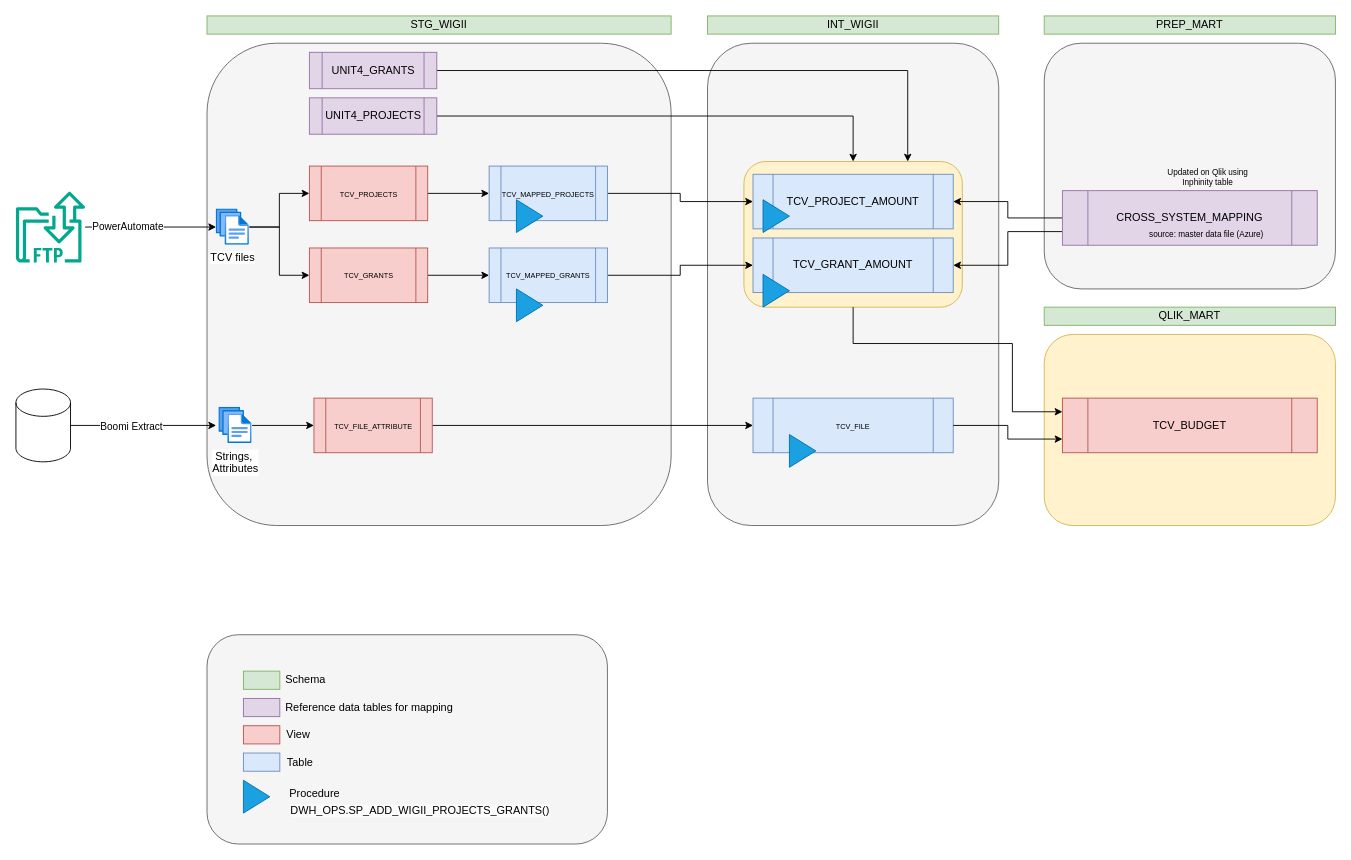
Earlier version of the draw.io diagram Wigii TCVs data flow.drawio (Medair/drawio). Source tidied: cells renumbered, new cells numbered last; positions are measured from the earlier drawing's top-left corner, leaving out a move shared by most shapes. Both pictures are drawn from the tidied source at 91%, with x=0, y=0 at pixel (15, 15).
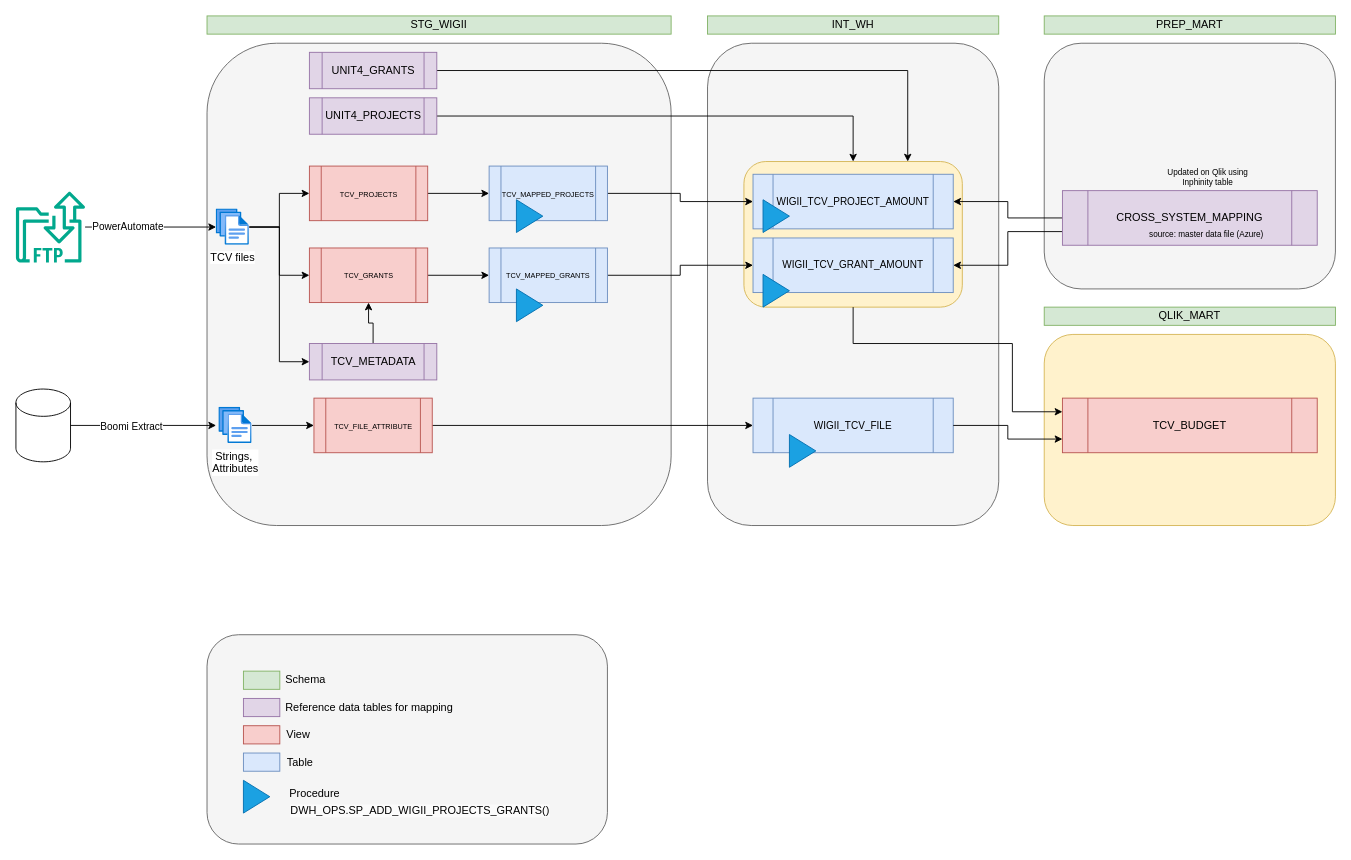
After the change.

Unchanged cells that the change refers to:
```xml
<mxCell id="8" value="TCV files" style="image;html=1;points=[];align=center;fontSize=12;image=img/lib/azure2/general/Files.svg;" parent="1" vertex="1">
  <mxGeometry x="220" y="212" width="36.5" height="40" as="geometry" />
</mxCell>
<mxCell id="31" value="&lt;font style=&quot;font-size: 8px;&quot;&gt;TCV_GRANTS&lt;/font&gt;" style="shape=process;whiteSpace=wrap;html=1;backgroundOutline=1;fillColor=#f8cecc;strokeColor=#b85450;" parent="1" vertex="1">
  <mxGeometry x="322.5" y="255" width="130" height="60" as="geometry" />
</mxCell>
```

Change to the diagram source:
```diff
@@
+    <mxCell id="65" style="edgeStyle=orthogonalEdgeStyle;rounded=0;jettySize=auto;html=1;entryX=0;entryY=0.5;entryDx=0;entryDy=0;" parent="1" edge="1" source="8" target="67">
+      <mxGeometry relative="1" as="geometry" />
+    </mxCell>
@@
-    <mxCell id="9" value="INT_WIGII" style="rounded=0;whiteSpace=wrap;html=1;fillColor=#d5e8d4;strokeColor=#82b366;" parent="1" vertex="1">
+    <mxCell id="9" value="INT_WH" style="rounded=0;whiteSpace=wrap;html=1;fillColor=#d5e8d4;strokeColor=#82b366;" parent="1" vertex="1">
       <mxGeometry x="760" width="320" height="20" as="geometry" />
     </mxCell>
-    <mxCell id="10" value="TCV_PROJECT_AMOUNT" style="shape=process;whiteSpace=wrap;html=1;backgroundOutline=1;fillColor=#dae8fc;strokeColor=#6c8ebf;" parent="1" vertex="1">
+    <mxCell id="10" value="&lt;font style=&quot;font-size: 11px;&quot;&gt;WIGII_TCV_PROJECT_AMOUNT&lt;/font&gt;" style="shape=process;whiteSpace=wrap;html=1;backgroundOutline=1;fillColor=#dae8fc;strokeColor=#6c8ebf;" parent="1" vertex="1">
       <mxGeometry x="810" y="174" width="220" height="60" as="geometry" />
     </mxCell>
-    <mxCell id="11" value="TCV_GRANT_AMOUNT" style="shape=process;whiteSpace=wrap;html=1;backgroundOutline=1;fillColor=#dae8fc;strokeColor=#6c8ebf;" parent="1" vertex="1">
+    <mxCell id="11" value="&lt;font style=&quot;font-size: 11px;&quot;&gt;WIGII_TCV_GRANT_AMOUNT&lt;/font&gt;" style="shape=process;whiteSpace=wrap;html=1;backgroundOutline=1;fillColor=#dae8fc;strokeColor=#6c8ebf;" parent="1" vertex="1">
       <mxGeometry x="810" y="244" width="220" height="60" as="geometry" />
     </mxCell>
@@
-    <mxCell id="46" value="&lt;font style=&quot;font-size: 8px;&quot;&gt;TCV_FILE&lt;/font&gt;" style="shape=process;whiteSpace=wrap;html=1;backgroundOutline=1;fillColor=#dae8fc;strokeColor=#6c8ebf;" parent="1" vertex="1">
+    <mxCell id="46" value="&lt;font style=&quot;font-size: 11px;&quot;&gt;WIGII_TCV_FILE&lt;/font&gt;" style="shape=process;whiteSpace=wrap;html=1;backgroundOutline=1;fillColor=#dae8fc;strokeColor=#6c8ebf;" parent="1" vertex="1">
       <mxGeometry x="810" y="420" width="220" height="60" as="geometry" />
     </mxCell>
@@
+    <mxCell id="66" style="edgeStyle=orthogonalEdgeStyle;rounded=0;jettySize=auto;html=1;entryX=0.5;entryY=1;entryDx=0;entryDy=0;" parent="1" edge="1" source="67" target="31">
+      <mxGeometry relative="1" as="geometry" />
+    </mxCell>
+    <mxCell id="67" value="TCV_METADATA" style="shape=process;whiteSpace=wrap;html=1;backgroundOutline=1;fillColor=#e1d5e7;strokeColor=#9673a6;" parent="1" vertex="1">
+      <mxGeometry x="322.5" y="360" width="140" height="40" as="geometry" />
+    </mxCell>
```
